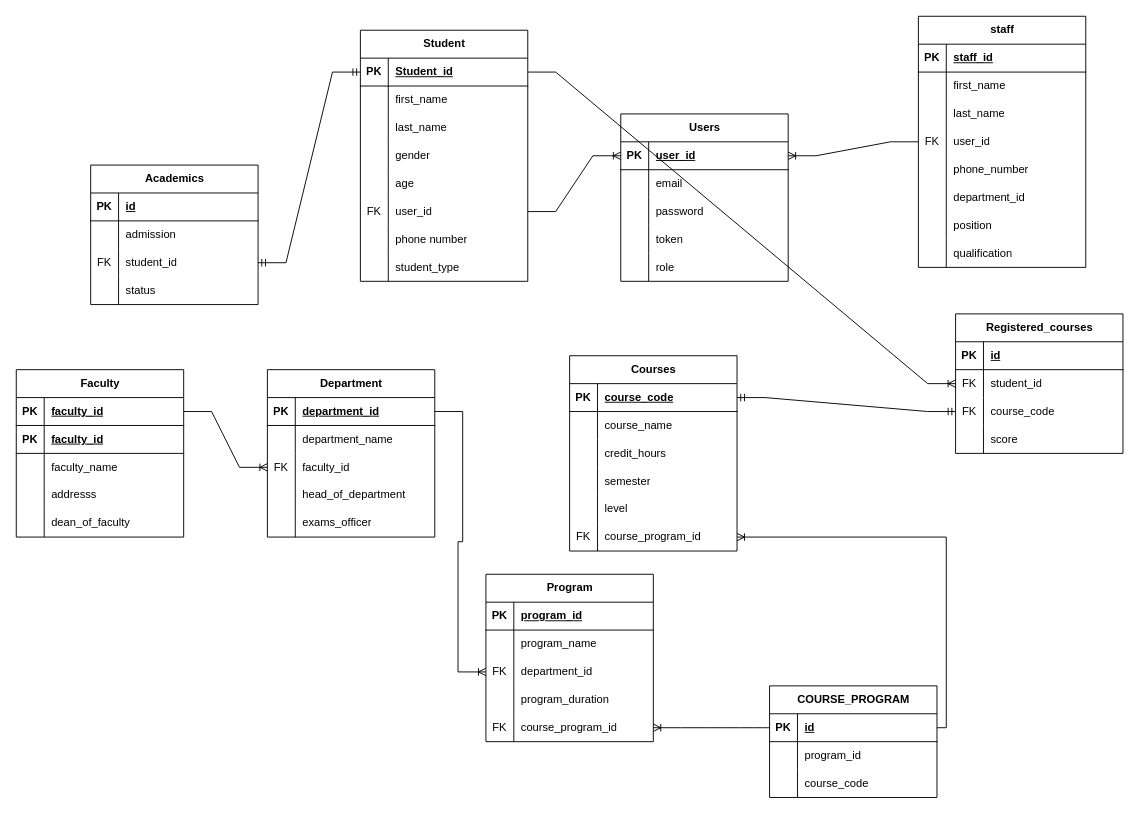
ChetAmponsah-Manu3/eskills4job keeps this draw.io diagram as page "ER DIAGRAM" (1 of 2) of ER Diagram.drawio. Above is the earlier version. Source tidied: cells renumbered, new cells numbered last; positions are measured from the earlier drawing's top-left corner, leaving out a move shared by most shapes. Both pictures are drawn from the tidied source at 93%, with x=0, y=0 at pixel (16, 16).
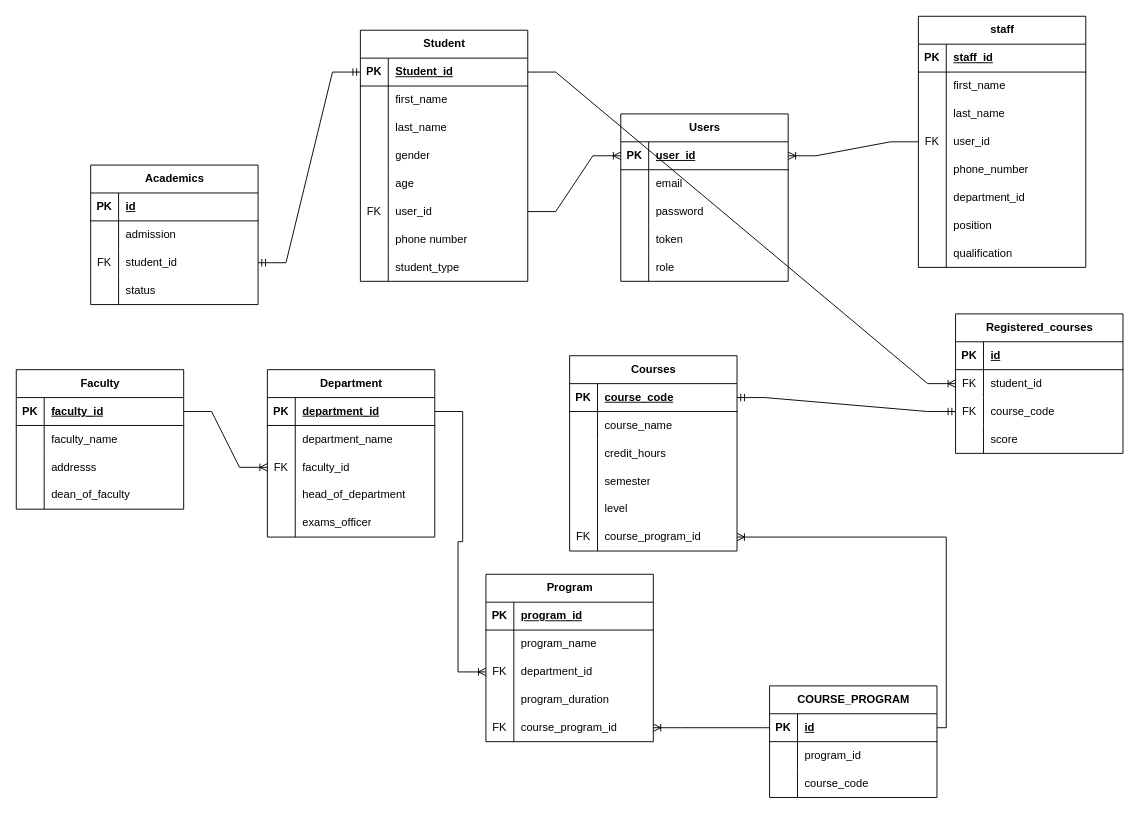
Above is the later version.

What changed in the source:
```diff
@@
     <mxCell id="75" value="Faculty" style="shape=table;startSize=30;childLayout=tableLayout;rowLines=0;fontStyle=1;align=center;html=1;" parent="1" vertex="1">
-      <mxGeometry y="380" width="180" height="180" as="geometry" />
+      <mxGeometry y="380" width="180" height="150" as="geometry" />
     </mxCell>
@@
-    <mxCell id="79" style="shape=tableRow;horizontal=0;startSize=0;swimlaneHead=0;swimlaneBody=0;fillColor=none;top=0;left=0;right=0;bottom=1;" parent="75" vertex="1">
-      <mxGeometry y="60" width="180" height="30" as="geometry" />
-    </mxCell>
-    <mxCell id="80" value="PK" style="shape=partialRectangle;fillColor=none;top=0;left=0;bottom=0;right=0;fontStyle=1;overflow=hidden;whiteSpace=wrap;html=1;" parent="79" vertex="1">
-      <mxGeometry width="30" height="30" as="geometry" />
-    </mxCell>
-    <mxCell id="81" value="faculty_id" style="shape=partialRectangle;fillColor=none;top=0;left=0;bottom=0;right=0;align=left;spacingLeft=6;fontStyle=5;overflow=hidden;whiteSpace=wrap;html=1;" parent="79" vertex="1">
-      <mxGeometry x="30" width="150" height="30" as="geometry" />
-    </mxCell>
     <mxCell id="82" style="shape=tableRow;horizontal=0;startSize=0;swimlaneHead=0;swimlaneBody=0;fillColor=none;top=0;left=0;right=0;bottom=0;" parent="75" vertex="1">
-      <mxGeometry y="90" width="180" height="30" as="geometry" />
+      <mxGeometry y="60" width="180" height="30" as="geometry" />
     </mxCell>
@@
     <mxCell id="85" style="shape=tableRow;horizontal=0;startSize=0;swimlaneHead=0;swimlaneBody=0;fillColor=none;top=0;left=0;right=0;bottom=0;" parent="75" vertex="1">
-      <mxGeometry y="120" width="180" height="30" as="geometry" />
+      <mxGeometry y="90" width="180" height="30" as="geometry" />
     </mxCell>
@@
     <mxCell id="88" style="shape=tableRow;horizontal=0;startSize=0;swimlaneHead=0;swimlaneBody=0;fillColor=none;top=0;left=0;right=0;bottom=0;" parent="75" vertex="1">
-      <mxGeometry y="150" width="180" height="30" as="geometry" />
+      <mxGeometry y="120" width="180" height="30" as="geometry" />
     </mxCell>
```
